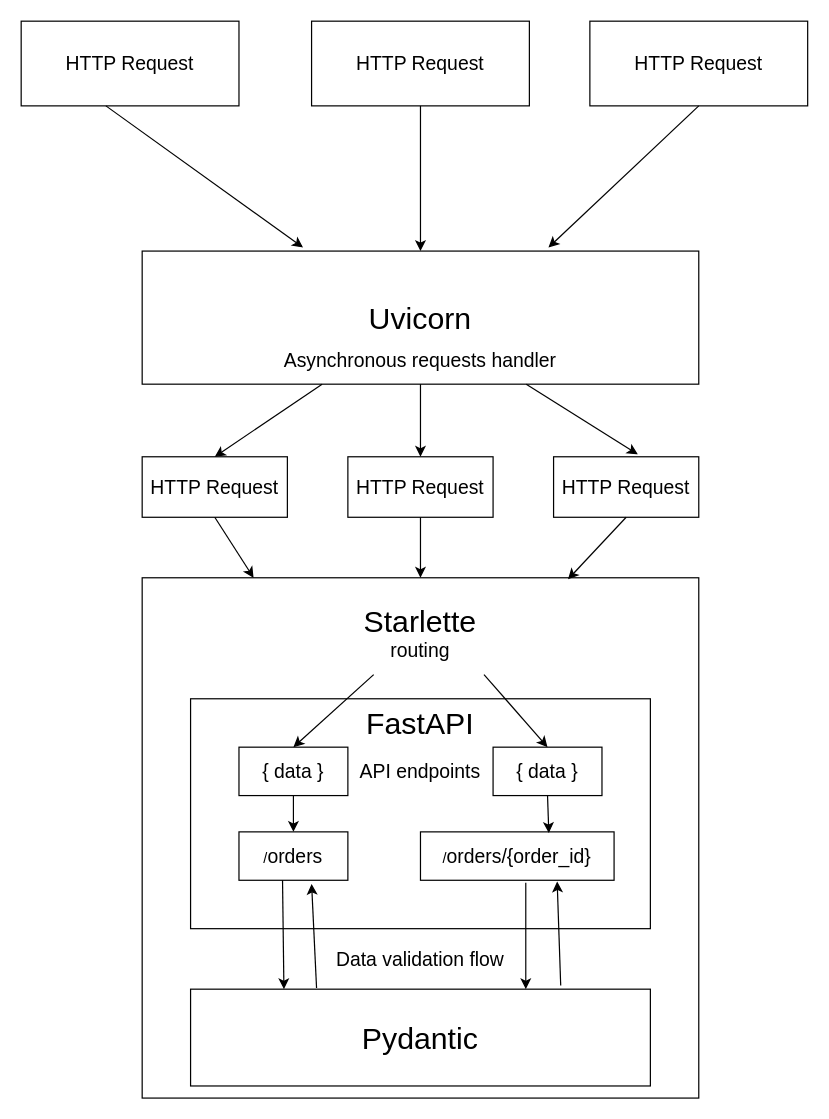
Earlier version of the draw.io diagram page "NA" (5 of 12) of ch02.drawio (abunuwas/microservices-apis-img). Source tidied: cells renumbered, new cells numbered last; positions are measured from the earlier drawing's top-left corner, leaving out a move shared by most shapes. Both pictures are drawn from the tidied source at 121%, with x=0, y=0 at pixel (21, 21).
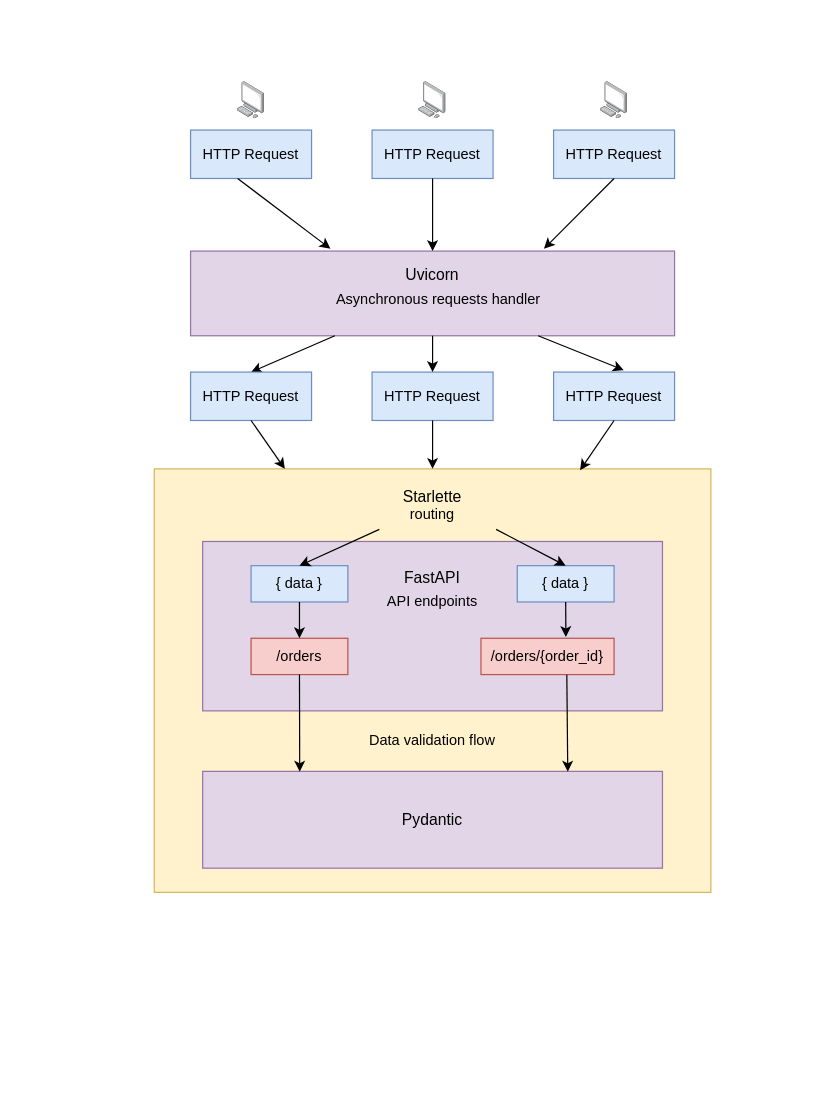
The same diagram, later.

The edit, as a diff of the source:
```diff
@@
-    <mxCell id="2" style="rounded=0;whiteSpace=wrap;html=1;strokeColor=#000000;strokeWidth=1;" parent="1" vertex="1">
-      <mxGeometry x="100" y="460" width="460" height="430" as="geometry" />
+    <mxCell id="2" style="rounded=0;whiteSpace=wrap;html=1;strokeColor=#d6b656;strokeWidth=1;fillColor=#fff2cc;" parent="1" vertex="1">
+      <mxGeometry x="110" y="370" width="460" height="350" as="geometry" />
     </mxCell>
-    <mxCell id="3" value="&lt;font style=&quot;font-size: 25px&quot;&gt;FastAPI&lt;br&gt;&lt;br&gt;&lt;br&gt;&lt;br&gt;&lt;br&gt;&lt;br&gt;&lt;/font&gt;" style="text;html=1;fillColor=none;align=center;verticalAlign=middle;whiteSpace=wrap;rounded=0;strokeColor=#000000;" parent="1" vertex="1">
-      <mxGeometry x="140" y="560" width="380" height="190" as="geometry" />
+    <mxCell id="3" value="&lt;font style=&quot;font-size: 13px&quot;&gt;&lt;br&gt;&lt;br&gt;FastAPI&lt;br&gt;&lt;br&gt;&lt;br&gt;&lt;br&gt;&lt;br&gt;&lt;br&gt;&lt;/font&gt;" style="text;html=1;fillColor=#e1d5e7;align=center;verticalAlign=middle;whiteSpace=wrap;rounded=0;strokeColor=#9673a6;fontSize=25;" parent="1" vertex="1">
+      <mxGeometry x="150" y="430" width="380" height="140" as="geometry" />
     </mxCell>
-    <mxCell id="4" value="&lt;font style=&quot;font-size: 25px&quot;&gt;Pydantic&lt;/font&gt;" style="text;html=1;fillColor=none;align=center;verticalAlign=middle;whiteSpace=wrap;rounded=0;strokeColor=#000000;" parent="1" vertex="1">
-      <mxGeometry x="140" y="800" width="380" height="80" as="geometry" />
+    <mxCell id="4" value="&lt;font style=&quot;font-size: 13px&quot;&gt;Pydantic&lt;/font&gt;" style="text;html=1;fillColor=#e1d5e7;align=center;verticalAlign=middle;whiteSpace=wrap;rounded=0;strokeColor=#9673a6;" parent="1" vertex="1">
+      <mxGeometry x="150" y="620" width="380" height="80" as="geometry" />
     </mxCell>
-    <mxCell id="5" value="&lt;font&gt;&lt;span style=&quot;font-size: 25px&quot;&gt;Starlette&lt;/span&gt;&lt;br&gt;&lt;font style=&quot;font-size: 16px&quot;&gt;routing&lt;/font&gt;&lt;br&gt;&lt;/font&gt;" style="text;html=1;strokeColor=none;fillColor=none;align=center;verticalAlign=middle;whiteSpace=wrap;rounded=0;" parent="1" vertex="1">
-      <mxGeometry x="225" y="470" width="210" height="70" as="geometry" />
+    <mxCell id="5" value="&lt;font&gt;&lt;font style=&quot;font-size: 13px&quot;&gt;Starlette&lt;/font&gt;&lt;br&gt;&lt;font style=&quot;font-size: 12px&quot;&gt;routing&lt;/font&gt;&lt;br&gt;&lt;/font&gt;" style="text;html=1;strokeColor=none;fillColor=none;align=center;verticalAlign=middle;whiteSpace=wrap;rounded=0;" parent="1" vertex="1">
+      <mxGeometry x="235" y="380" width="210" height="40" as="geometry" />
     </mxCell>
-    <mxCell id="6" value="&lt;font style=&quot;font-size: 25px&quot;&gt;Uvicorn&lt;/font&gt;" style="text;html=1;fillColor=none;align=center;verticalAlign=middle;whiteSpace=wrap;rounded=0;strokeColor=#000000;" parent="1" vertex="1">
-      <mxGeometry x="100" y="190" width="460" height="110" as="geometry" />
+    <mxCell id="6" value="&lt;font style=&quot;font-size: 13px&quot;&gt;Uvicorn&lt;br&gt;&lt;br&gt;&lt;br&gt;&lt;/font&gt;" style="text;html=1;fillColor=#e1d5e7;align=center;verticalAlign=middle;whiteSpace=wrap;rounded=0;strokeColor=#9673a6;" parent="1" vertex="1">
+      <mxGeometry x="140" y="190" width="400" height="70" as="geometry" />
     </mxCell>
-    <mxCell id="7" value="&lt;font style=&quot;font-size: 16px&quot;&gt;HTTP Request&lt;/font&gt;" style="text;html=1;fillColor=none;align=center;verticalAlign=middle;whiteSpace=wrap;rounded=0;strokeColor=#000000;" parent="1" vertex="1">
-      <mxGeometry width="180" height="70" as="geometry" />
+    <mxCell id="7" value="&lt;font style=&quot;font-size: 12px&quot;&gt;HTTP Request&lt;/font&gt;" style="text;html=1;fillColor=#dae8fc;align=center;verticalAlign=middle;whiteSpace=wrap;rounded=0;strokeColor=#6c8ebf;" parent="1" vertex="1">
+      <mxGeometry x="140" y="90" width="100" height="40" as="geometry" />
     </mxCell>
-    <mxCell id="8" value="&lt;font style=&quot;font-size: 16px&quot;&gt;HTTP Request&lt;/font&gt;" style="text;html=1;fillColor=none;align=center;verticalAlign=middle;whiteSpace=wrap;rounded=0;strokeColor=#000000;" parent="1" vertex="1">
-      <mxGeometry x="240" width="180" height="70" as="geometry" />
+    <mxCell id="8" value="&lt;font style=&quot;font-size: 12px&quot;&gt;HTTP Request&lt;/font&gt;" style="text;html=1;fillColor=#dae8fc;align=center;verticalAlign=middle;whiteSpace=wrap;rounded=0;strokeColor=#6c8ebf;" parent="1" vertex="1">
+      <mxGeometry x="290" y="90" width="100" height="40" as="geometry" />
     </mxCell>
-    <mxCell id="9" value="&lt;font style=&quot;font-size: 16px&quot;&gt;HTTP Request&lt;/font&gt;" style="text;html=1;fillColor=none;align=center;verticalAlign=middle;whiteSpace=wrap;rounded=0;strokeColor=#000000;" parent="1" vertex="1">
-      <mxGeometry x="470" width="180" height="70" as="geometry" />
+    <mxCell id="9" value="&lt;font style=&quot;font-size: 12px&quot;&gt;HTTP Request&lt;/font&gt;" style="text;html=1;fillColor=#dae8fc;align=center;verticalAlign=middle;whiteSpace=wrap;rounded=0;strokeColor=#6c8ebf;" parent="1" vertex="1">
+      <mxGeometry x="440" y="90" width="100" height="40" as="geometry" />
     </mxCell>
@@
-    <mxCell id="14" value="&lt;font style=&quot;font-size: 16px&quot;&gt;HTTP Request&lt;/font&gt;" style="text;html=1;fillColor=none;align=center;verticalAlign=middle;whiteSpace=wrap;rounded=0;strokeColor=#000000;" parent="1" vertex="1">
-      <mxGeometry x="100" y="360" width="120" height="50" as="geometry" />
+    <mxCell id="14" value="&lt;font style=&quot;font-size: 12px;&quot;&gt;HTTP Request&lt;/font&gt;" style="text;html=1;fillColor=#dae8fc;align=center;verticalAlign=middle;whiteSpace=wrap;rounded=0;strokeColor=#6c8ebf;fontSize=12;" parent="1" vertex="1">
+      <mxGeometry x="140" y="290" width="100" height="40" as="geometry" />
     </mxCell>
-    <mxCell id="15" value="&lt;span style=&quot;font-size: 16px&quot;&gt;HTTP Request&lt;/span&gt;" style="text;html=1;fillColor=none;align=center;verticalAlign=middle;whiteSpace=wrap;rounded=0;strokeColor=#000000;" parent="1" vertex="1">
-      <mxGeometry x="270" y="360" width="120" height="50" as="geometry" />
+    <mxCell id="15" value="&lt;span style=&quot;font-size: 12px;&quot;&gt;HTTP Request&lt;/span&gt;" style="text;html=1;fillColor=#dae8fc;align=center;verticalAlign=middle;whiteSpace=wrap;rounded=0;strokeColor=#6c8ebf;fontSize=12;" parent="1" vertex="1">
+      <mxGeometry x="290" y="290" width="100" height="40" as="geometry" />
     </mxCell>
-    <mxCell id="16" value="&lt;font style=&quot;font-size: 16px&quot;&gt;HTTP Request&lt;/font&gt;" style="text;html=1;fillColor=none;align=center;verticalAlign=middle;whiteSpace=wrap;rounded=0;strokeColor=#000000;" parent="1" vertex="1">
-      <mxGeometry x="440" y="360" width="120" height="50" as="geometry" />
+    <mxCell id="16" value="&lt;font style=&quot;font-size: 12px;&quot;&gt;HTTP Request&lt;/font&gt;" style="text;html=1;fillColor=#dae8fc;align=center;verticalAlign=middle;whiteSpace=wrap;rounded=0;strokeColor=#6c8ebf;fontSize=12;" parent="1" vertex="1">
+      <mxGeometry x="440" y="290" width="100" height="40" as="geometry" />
     </mxCell>
@@
-    <mxCell id="22" value="/&lt;font style=&quot;font-size: 16px&quot;&gt;orders&lt;/font&gt;" style="text;html=1;fillColor=none;align=center;verticalAlign=middle;whiteSpace=wrap;rounded=0;strokeColor=#000000;" parent="1" vertex="1">
-      <mxGeometry x="180" y="670" width="90" height="40" as="geometry" />
+    <mxCell id="22" value="/&lt;font style=&quot;font-size: 12px;&quot;&gt;orders&lt;/font&gt;" style="text;html=1;fillColor=#f8cecc;align=center;verticalAlign=middle;whiteSpace=wrap;rounded=0;strokeColor=#b85450;fontSize=12;" parent="1" vertex="1">
+      <mxGeometry x="190" y="510" width="80" height="30" as="geometry" />
     </mxCell>
-    <mxCell id="23" value="/&lt;font style=&quot;font-size: 16px&quot;&gt;orders/{order_id}&lt;/font&gt;" style="text;html=1;fillColor=none;align=center;verticalAlign=middle;whiteSpace=wrap;rounded=0;strokeColor=#000000;" parent="1" vertex="1">
-      <mxGeometry x="330" y="670" width="160" height="40" as="geometry" />
+    <mxCell id="23" value="/&lt;font style=&quot;font-size: 12px;&quot;&gt;orders/{order_id}&lt;/font&gt;" style="text;html=1;fillColor=#f8cecc;align=center;verticalAlign=middle;whiteSpace=wrap;rounded=0;strokeColor=#b85450;fontSize=12;" parent="1" vertex="1">
+      <mxGeometry x="380" y="510" width="110" height="30" as="geometry" />
     </mxCell>
-    <mxCell id="24" style="endArrow=classic;html=1;exitX=0.4;exitY=1;exitDx=0;exitDy=0;exitPerimeter=0;entryX=0.203;entryY=0;entryDx=0;entryDy=0;entryPerimeter=0;" parent="1" edge="1" source="22" target="4">
+    <mxCell id="24" style="endArrow=classic;html=1;exitX=0.5;exitY=1;exitDx=0;exitDy=0;entryX=0.211;entryY=0.003;entryDx=0;entryDy=0;entryPerimeter=0;" parent="1" edge="1" source="22" target="4">
       <mxGeometry relative="1" as="geometry" />
     </mxCell>
-    <mxCell id="25" style="endArrow=classic;html=1;entryX=0.729;entryY=0;entryDx=0;entryDy=0;entryPerimeter=0;exitX=0.544;exitY=1.05;exitDx=0;exitDy=0;exitPerimeter=0;" parent="1" edge="1" source="23" target="4">
+    <mxCell id="25" style="endArrow=classic;html=1;entryX=0.794;entryY=0.003;entryDx=0;entryDy=0;entryPerimeter=0;exitX=0.645;exitY=1.007;exitDx=0;exitDy=0;exitPerimeter=0;" parent="1" edge="1" source="23" target="4">
       <mxGeometry relative="1" as="geometry" />
     </mxCell>
-    <mxCell id="26" style="endArrow=classic;html=1;entryX=0.667;entryY=1.075;entryDx=0;entryDy=0;entryPerimeter=0;exitX=0.274;exitY=-0.012;exitDx=0;exitDy=0;exitPerimeter=0;" parent="1" edge="1" source="4" target="22">
-      <mxGeometry relative="1" as="geometry" />
-    </mxCell>
-    <mxCell id="27" style="endArrow=classic;html=1;entryX=0.706;entryY=1.025;entryDx=0;entryDy=0;entryPerimeter=0;exitX=0.805;exitY=-0.037;exitDx=0;exitDy=0;exitPerimeter=0;" parent="1" edge="1" source="4" target="23">
-      <mxGeometry relative="1" as="geometry" />
-    </mxCell>
-    <mxCell id="28" value="&lt;font style=&quot;font-size: 16px&quot;&gt;Data validation flow&lt;/font&gt;" style="text;html=1;strokeColor=none;fillColor=none;align=center;verticalAlign=middle;whiteSpace=wrap;rounded=0;" parent="1" vertex="1">
-      <mxGeometry x="250" y="760" width="160" height="30" as="geometry" />
+    <mxCell id="28" value="&lt;font style=&quot;font-size: 12px;&quot;&gt;Data validation flow&lt;/font&gt;" style="text;html=1;strokeColor=none;fillColor=none;align=center;verticalAlign=middle;whiteSpace=wrap;rounded=0;fontSize=12;" parent="1" vertex="1">
+      <mxGeometry x="260" y="580" width="160" height="30" as="geometry" />
     </mxCell>
-    <mxCell id="29" value="&lt;font style=&quot;font-size: 16px&quot;&gt;API endpoints&lt;/font&gt;" style="text;html=1;strokeColor=none;fillColor=none;align=center;verticalAlign=middle;whiteSpace=wrap;rounded=0;" parent="1" vertex="1">
-      <mxGeometry x="270" y="610" width="120" height="20" as="geometry" />
+    <mxCell id="29" value="&lt;font style=&quot;font-size: 12px&quot;&gt;API endpoints&lt;/font&gt;" style="text;html=1;strokeColor=none;fillColor=none;align=center;verticalAlign=middle;whiteSpace=wrap;rounded=0;fontSize=12;" parent="1" vertex="1">
+      <mxGeometry x="280" y="470" width="120" height="20" as="geometry" />
     </mxCell>
-    <mxCell id="30" value="&lt;font style=&quot;font-size: 16px&quot;&gt;Asynchronous requests handler&lt;/font&gt;" style="text;html=1;strokeColor=none;fillColor=none;align=center;verticalAlign=middle;whiteSpace=wrap;rounded=0;" parent="1" vertex="1">
-      <mxGeometry x="215" y="270" width="230" height="20" as="geometry" />
+    <mxCell id="30" value="&lt;font style=&quot;font-size: 12px&quot;&gt;Asynchronous requests handler&lt;/font&gt;" style="text;html=1;strokeColor=none;fillColor=none;align=center;verticalAlign=middle;whiteSpace=wrap;rounded=0;" parent="1" vertex="1">
+      <mxGeometry x="230" y="220" width="230" height="20" as="geometry" />
     </mxCell>
-    <mxCell id="31" value="&lt;font style=&quot;font-size: 16px&quot;&gt;{ data }&lt;/font&gt;" style="text;html=1;fillColor=none;align=center;verticalAlign=middle;whiteSpace=wrap;rounded=0;strokeColor=#000000;" parent="1" vertex="1">
-      <mxGeometry x="180" y="600" width="90" height="40" as="geometry" />
+    <mxCell id="31" value="&lt;font style=&quot;font-size: 12px&quot;&gt;{ data }&lt;/font&gt;" style="text;html=1;fillColor=#dae8fc;align=center;verticalAlign=middle;whiteSpace=wrap;rounded=0;strokeColor=#6c8ebf;fontSize=12;" parent="1" vertex="1">
+      <mxGeometry x="190" y="450" width="80" height="30" as="geometry" />
     </mxCell>
-    <mxCell id="32" value="&lt;font style=&quot;font-size: 16px&quot;&gt;{ data }&lt;/font&gt;" style="text;html=1;fillColor=none;align=center;verticalAlign=middle;whiteSpace=wrap;rounded=0;strokeColor=#000000;" parent="1" vertex="1">
-      <mxGeometry x="390" y="600" width="90" height="40" as="geometry" />
+    <mxCell id="32" value="&lt;font style=&quot;font-size: 12px&quot;&gt;{ data }&lt;/font&gt;" style="text;html=1;fillColor=#dae8fc;align=center;verticalAlign=middle;whiteSpace=wrap;rounded=0;strokeColor=#6c8ebf;fontSize=12;" parent="1" vertex="1">
+      <mxGeometry x="410" y="450" width="80" height="30" as="geometry" />
     </mxCell>
@@
-    <mxCell id="35" style="endArrow=classic;html=1;exitX=0.5;exitY=1;exitDx=0;exitDy=0;" parent="1" edge="1" source="31" target="22">
+    <mxCell id="35" style="endArrow=classic;html=1;exitX=0.5;exitY=1;exitDx=0;exitDy=0;fontSize=12;" parent="1" edge="1" source="31" target="22">
       <mxGeometry relative="1" as="geometry" />
     </mxCell>
-    <mxCell id="36" style="endArrow=classic;html=1;exitX=0.5;exitY=1;exitDx=0;exitDy=0;entryX=0.663;entryY=0.025;entryDx=0;entryDy=0;entryPerimeter=0;" parent="1" edge="1" source="32" target="23">
+    <mxCell id="36" style="endArrow=classic;html=1;exitX=0.5;exitY=1;exitDx=0;exitDy=0;entryX=0.638;entryY=-0.033;entryDx=0;entryDy=0;entryPerimeter=0;fontSize=12;" parent="1" edge="1" source="32" target="23">
       <mxGeometry relative="1" as="geometry" />
     </mxCell>
+    <mxCell id="37" style="html=1;align=center;shadow=0;dashed=0;image;image=img/lib/allied_telesis/computer_and_terminals/Personal_Computer.svg;fontSize=12;" parent="1" vertex="1">
+      <mxGeometry x="178.6" y="50" width="22.7" height="30.8" as="geometry" />
+    </mxCell>
+    <mxCell id="38" style="html=1;align=center;shadow=0;dashed=0;image;image=img/lib/allied_telesis/computer_and_terminals/Personal_Computer.svg;fontSize=12;" parent="1" vertex="1">
+      <mxGeometry x="328.6" y="50" width="22.7" height="30.8" as="geometry" />
+    </mxCell>
+    <mxCell id="39" style="html=1;align=center;shadow=0;dashed=0;image;image=img/lib/allied_telesis/computer_and_terminals/Personal_Computer.svg;fontSize=12;" parent="1" vertex="1">
+      <mxGeometry x="478.6" y="50" width="22.7" height="30.8" as="geometry" />
+    </mxCell>
```
